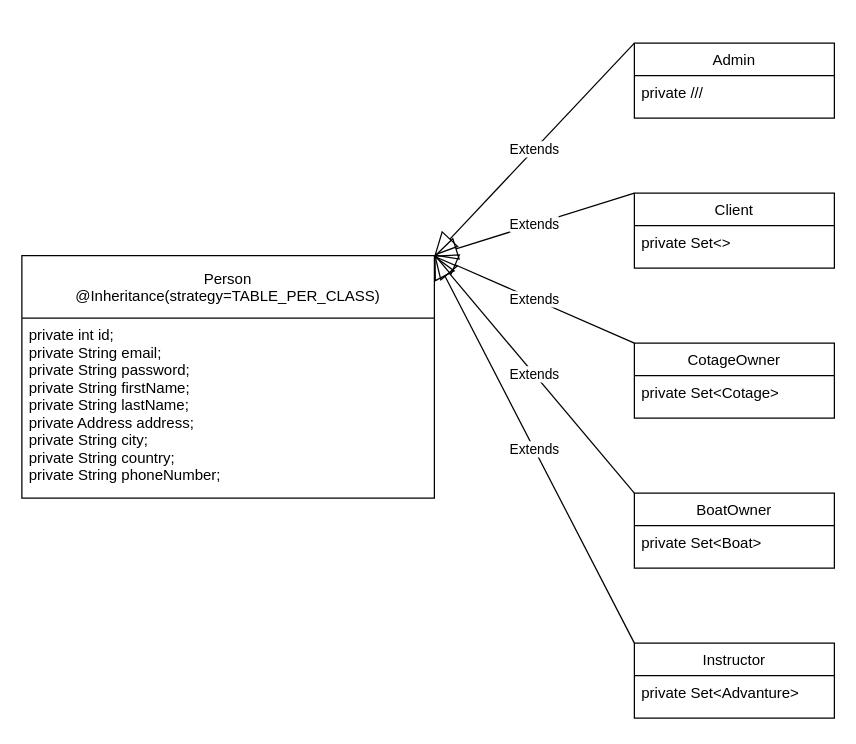
This is diagram/ISA-class.drawio from kukuckarastislav/ISA-proj, a draw.io file, before an edit. Source tidied: cells renumbered, new cells numbered last; positions are measured from the earlier drawing's top-left corner, leaving out a move shared by most shapes. Both pictures are drawn from the tidied source at 125%, with x=0, y=0 at pixel (21, 42).
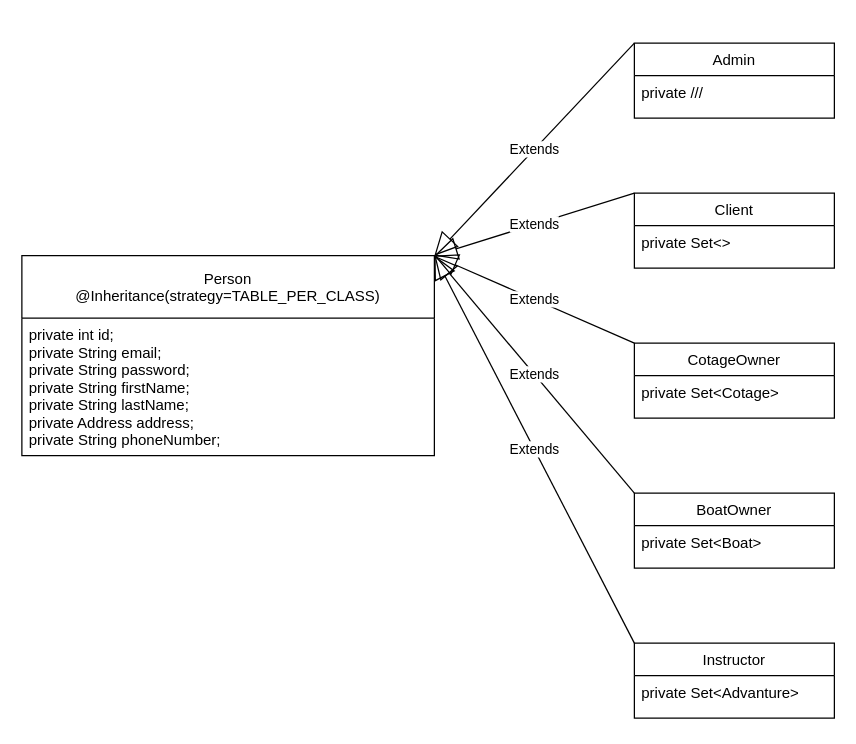
The same diagram, later.

What changed in the source:
```diff
@@
 <mxGraphModel>
   <root>
     <mxCell id="0" />
     <mxCell id="1" parent="0" />
     <mxCell id="2" value="Person&#10;@Inheritance(strategy=TABLE_PER_CLASS)" style="swimlane;fontStyle=0;horizontal=1;startSize=50;fillColor=none;" parent="1" vertex="1">
-      <mxGeometry y="170" width="330" height="194" as="geometry" />
+      <mxGeometry y="170" width="330" height="160" as="geometry" />
     </mxCell>
-    <mxCell id="3" value="private int id;&#10;&#9;private String email;&#10;&#9;private String password;&#10;&#9;private String firstName;&#10;&#9;private String lastName;&#10;&#9;private Address address;&#10;&#9;private String city;&#10;&#9;private String country;&#10;&#9;private String phoneNumber;" style="text;strokeColor=none;fillColor=none;align=left;verticalAlign=top;spacingLeft=4;spacingRight=4;overflow=hidden;" parent="2" vertex="1">
-      <mxGeometry y="50" width="330" height="144" as="geometry" />
+    <mxCell id="3" value="private int id;&#10;&#9;private String email;&#10;&#9;private String password;&#10;&#9;private String firstName;&#10;&#9;private String lastName;&#10;&#9;private Address address;&#10;&#9;private String phoneNumber;" style="text;strokeColor=none;fillColor=none;align=left;verticalAlign=top;spacingLeft=4;spacingRight=4;overflow=hidden;" parent="2" vertex="1">
+      <mxGeometry y="50" width="330" height="110" as="geometry" />
     </mxCell>
     <mxCell id="4" value="Admin" style="swimlane;fontStyle=0;horizontal=1;startSize=26;fillColor=none;" parent="1" vertex="1">
       <mxGeometry x="490" width="160" height="60" as="geometry" />
     </mxCell>
     <mxCell id="5" value="private ///&#10;" style="text;strokeColor=none;fillColor=none;align=left;verticalAlign=top;spacingLeft=4;spacingRight=4;overflow=hidden;" parent="4" vertex="1">
       <mxGeometry y="26" width="160" height="34" as="geometry" />
     </mxCell>
     <mxCell id="6" value="Extends" style="endArrow=block;endSize=16;endFill=0;html=1;rounded=0;exitX=0;exitY=0;exitDx=0;exitDy=0;entryX=1;entryY=0;entryDx=0;entryDy=0;" parent="1" edge="1" source="4" target="2">
       <mxGeometry relative="1" as="geometry" />
     </mxCell>
     <mxCell id="7" value="Client" style="swimlane;fontStyle=0;horizontal=1;startSize=26;fillColor=none;" parent="1" vertex="1">
       <mxGeometry x="490" y="120" width="160" height="60" as="geometry" />
     </mxCell>
     <mxCell id="8" value="private Set&lt;&gt;" style="text;strokeColor=none;fillColor=none;align=left;verticalAlign=top;spacingLeft=4;spacingRight=4;overflow=hidden;" parent="7" vertex="1">
       <mxGeometry y="26" width="160" height="34" as="geometry" />
     </mxCell>
     <mxCell id="9" value="CotageOwner" style="swimlane;fontStyle=0;horizontal=1;startSize=26;fillColor=none;" parent="1" vertex="1">
       <mxGeometry x="490" y="240" width="160" height="60" as="geometry" />
     </mxCell>
     <mxCell id="10" value="private Set&lt;Cotage&gt;" style="text;strokeColor=none;fillColor=none;align=left;verticalAlign=top;spacingLeft=4;spacingRight=4;overflow=hidden;" parent="9" vertex="1">
       <mxGeometry y="26" width="160" height="34" as="geometry" />
     </mxCell>
     <mxCell id="11" value="BoatOwner" style="swimlane;fontStyle=0;horizontal=1;startSize=26;fillColor=none;" parent="1" vertex="1">
       <mxGeometry x="490" y="360" width="160" height="60" as="geometry" />
     </mxCell>
     <mxCell id="12" value="private Set&lt;Boat&gt;" style="text;strokeColor=none;fillColor=none;align=left;verticalAlign=top;spacingLeft=4;spacingRight=4;overflow=hidden;" parent="11" vertex="1">
       <mxGeometry y="26" width="160" height="34" as="geometry" />
     </mxCell>
     <mxCell id="13" value="Extends" style="endArrow=block;endSize=16;endFill=0;html=1;rounded=0;exitX=0;exitY=0;exitDx=0;exitDy=0;entryX=1;entryY=0;entryDx=0;entryDy=0;" parent="1" edge="1" source="7" target="2">
       <mxGeometry relative="1" as="geometry" />
     </mxCell>
     <mxCell id="14" value="Extends" style="endArrow=block;endSize=16;endFill=0;html=1;rounded=0;exitX=0;exitY=0;exitDx=0;exitDy=0;entryX=1;entryY=0;entryDx=0;entryDy=0;" parent="1" edge="1" source="9" target="2">
       <mxGeometry relative="1" as="geometry" />
     </mxCell>
     <mxCell id="15" value="Extends" style="endArrow=block;endSize=16;endFill=0;html=1;rounded=0;exitX=0;exitY=0;exitDx=0;exitDy=0;entryX=1;entryY=0;entryDx=0;entryDy=0;" parent="1" edge="1" source="11" target="2">
       <mxGeometry relative="1" as="geometry" />
     </mxCell>
     <mxCell id="16" value="Instructor" style="swimlane;fontStyle=0;horizontal=1;startSize=26;fillColor=none;" parent="1" vertex="1">
       <mxGeometry x="490" y="480" width="160" height="60" as="geometry" />
     </mxCell>
     <mxCell id="17" value="private Set&lt;Advanture&gt;" style="text;strokeColor=none;fillColor=none;align=left;verticalAlign=top;spacingLeft=4;spacingRight=4;overflow=hidden;" parent="16" vertex="1">
       <mxGeometry y="26" width="160" height="34" as="geometry" />
     </mxCell>
     <mxCell id="18" value="Extends" style="endArrow=block;endSize=16;endFill=0;html=1;rounded=0;exitX=0;exitY=0;exitDx=0;exitDy=0;entryX=1;entryY=0;entryDx=0;entryDy=0;" parent="1" edge="1" source="16" target="2">
       <mxGeometry relative="1" as="geometry" />
     </mxCell>
   </root>
 </mxGraphModel>
```
